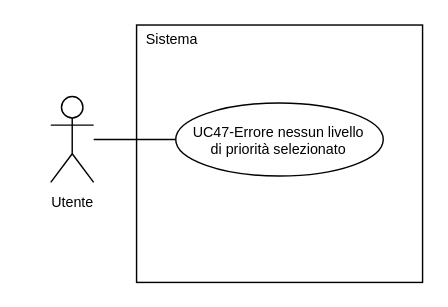
SnakeByteTeam/snakebyteteam.github.io keeps this draw.io diagram as 2-RTB/Analisi_dei_requisiti/draw.io/UC47.drawio. Above is the earlier version. Source tidied: cells renumbered, new cells numbered last; positions are measured from the earlier drawing's top-left corner, leaving out a move shared by most shapes. Both pictures are drawn from the tidied source at 143%, with x=0, y=0 at pixel (50, 24).
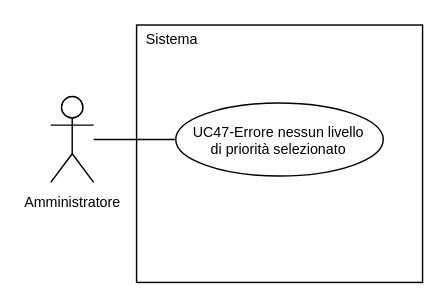
The same diagram, later.

Diff of the diagram source:
```diff
@@
 <mxGraphModel>
   <root>
     <mxCell id="0" />
     <mxCell id="1" parent="0" />
-    <mxCell id="2" value="&lt;font style=&quot;font-size: 10px; line-height: 100%;&quot;&gt;Utente&lt;/font&gt;" style="shape=umlActor;verticalLabelPosition=bottom;verticalAlign=top;html=1;outlineConnect=0;" parent="1" vertex="1">
+    <mxCell id="2" value="&lt;span style=&quot;font-size: 10px;&quot;&gt;Amministratore&lt;/span&gt;" style="shape=umlActor;verticalLabelPosition=bottom;verticalAlign=top;html=1;outlineConnect=0;" parent="1" vertex="1">
       <mxGeometry y="50" width="30" height="60" as="geometry" />
     </mxCell>
     <mxCell id="3" style="rounded=0;whiteSpace=wrap;html=1;" parent="1" vertex="1">
       <mxGeometry x="60" width="200" height="180" as="geometry" />
     </mxCell>
     <mxCell id="4" style="edgeStyle=orthogonalEdgeStyle;rounded=0;jettySize=auto;html=1;exitX=0;exitY=0.5;exitDx=0;exitDy=0;endArrow=none;endFill=0;" parent="1" edge="1" source="5" target="2">
       <mxGeometry relative="1" as="geometry" />
     </mxCell>
     <mxCell id="5" value="&lt;div style=&quot;line-height: 100%;&quot;&gt;&lt;font style=&quot;line-height: 100%; font-size: 10px;&quot;&gt;UC47-Errore nessun livello&lt;/font&gt;&lt;/div&gt;&lt;div style=&quot;line-height: 100%;&quot;&gt;&lt;font style=&quot;line-height: 100%; font-size: 10px;&quot;&gt;di priorità selezionato&lt;/font&gt;&lt;/div&gt;" style="ellipse;whiteSpace=wrap;html=1;" parent="1" vertex="1">
       <mxGeometry x="87.4" y="54.5" width="145.1" height="51.1" as="geometry" />
     </mxCell>
     <mxCell id="6" value="&lt;font style=&quot;font-size: 10px;&quot;&gt;Sistema&lt;/font&gt;" style="text;html=1;whiteSpace=wrap;strokeColor=none;fillColor=none;align=center;verticalAlign=middle;rounded=0;" parent="1" vertex="1">
       <mxGeometry x="60" width="50" height="20" as="geometry" />
     </mxCell>
   </root>
 </mxGraphModel>
```
